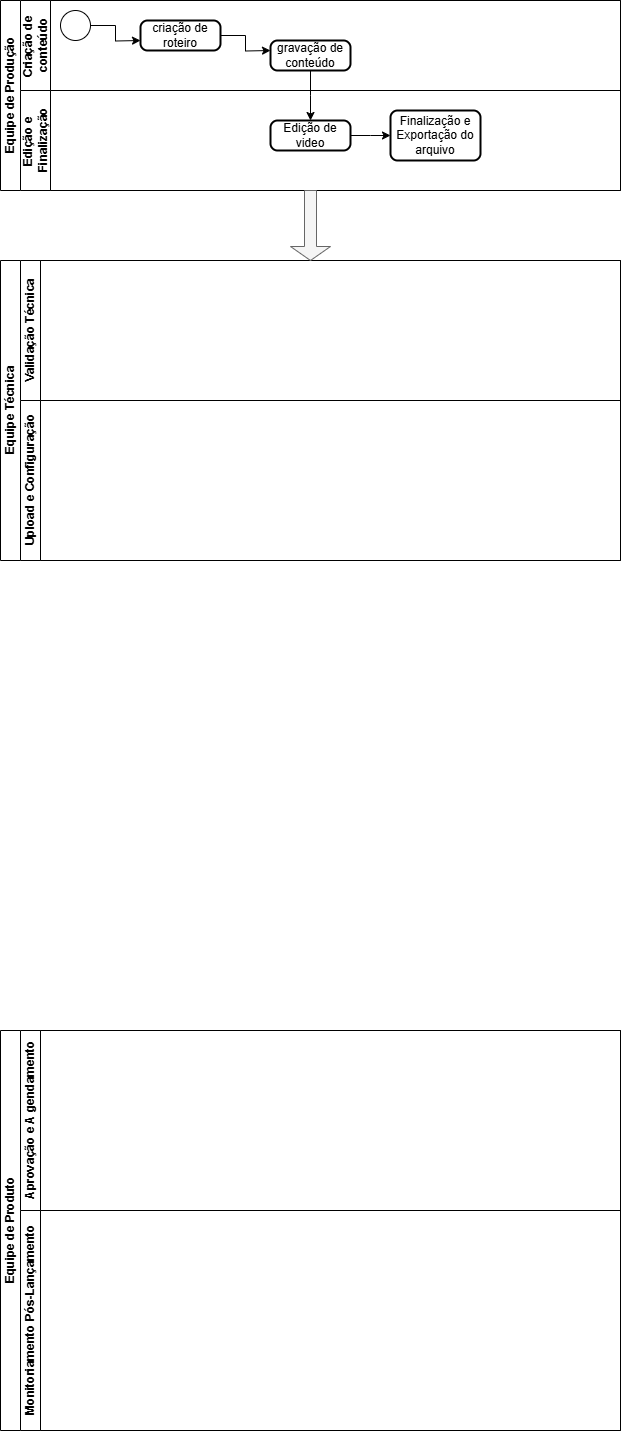
Above: Diagrama 2.0.drawio.png in Andynlx01/fluxograma.aprensa-o (draw.io), before the change. Source tidied: cells renumbered, new cells last; positions are measured from the earlier drawing's top-left corner, leaving out a move shared by most shapes.
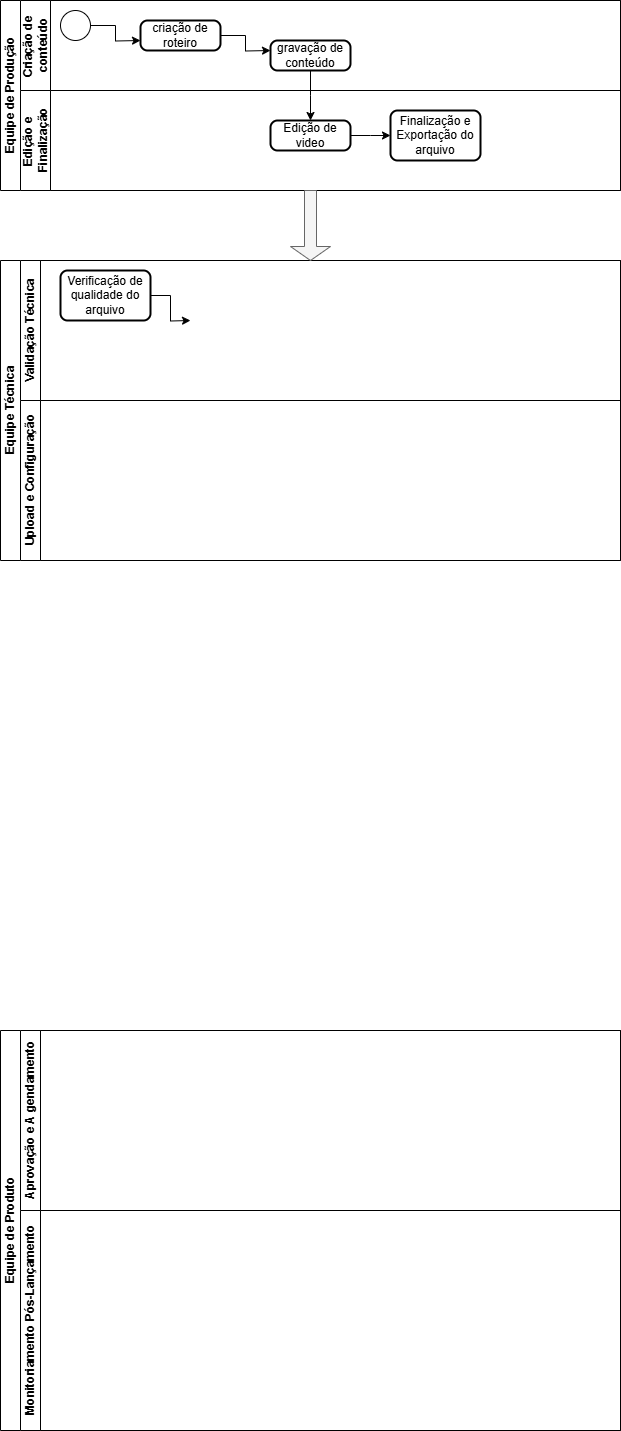
Above is the later version.

The edit, as a diff of the source:
```diff
@@ -52,6 +52,14 @@
     <mxCell id="15" value="Validação Técnica" style="swimlane;startSize=20;horizontal=0;html=1;" parent="14" vertex="1">
       <mxGeometry x="20" width="600" height="140" as="geometry" />
     </mxCell>
+    <mxCell id="21" style="edgeStyle=orthogonalEdgeStyle;rounded=0;jettySize=auto;html=1;" parent="15" edge="1" source="22">
+      <mxGeometry relative="1" as="geometry">
+        <mxPoint x="170" y="60" as="targetPoint" />
+      </mxGeometry>
+    </mxCell>
+    <mxCell id="22" value="Verificação de qualidade do arquivo" style="rounded=1;whiteSpace=wrap;html=1;absoluteArcSize=1;arcSize=14;strokeWidth=2;" parent="15" vertex="1">
+      <mxGeometry x="40" y="10" width="90" height="50" as="geometry" />
+    </mxCell>
     <mxCell id="16" value="Upload e Configuração" style="swimlane;startSize=20;horizontal=0;html=1;" parent="14" vertex="1">
       <mxGeometry x="20" y="140" width="600" height="160" as="geometry" />
     </mxCell>
```
